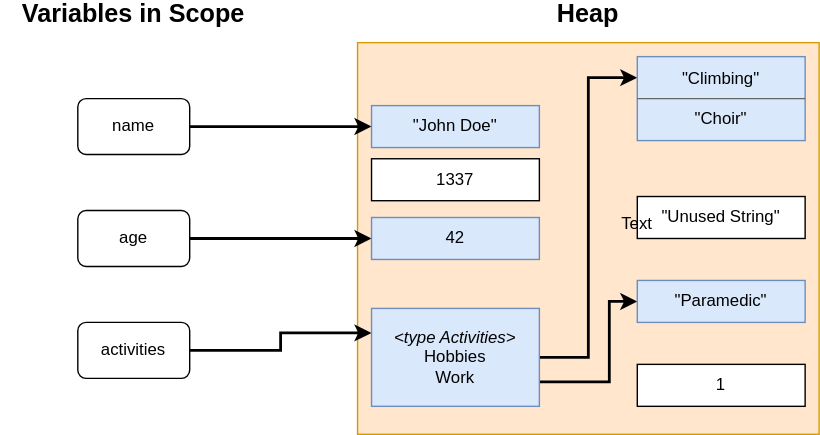
Earlier version of the draw.io export code/writings/assets/gc.svg (jlauinger/master-of-science). Source tidied: cells renumbered, new cells last; positions are measured from the earlier drawing's top-left corner, leaving out a move shared by most shapes.
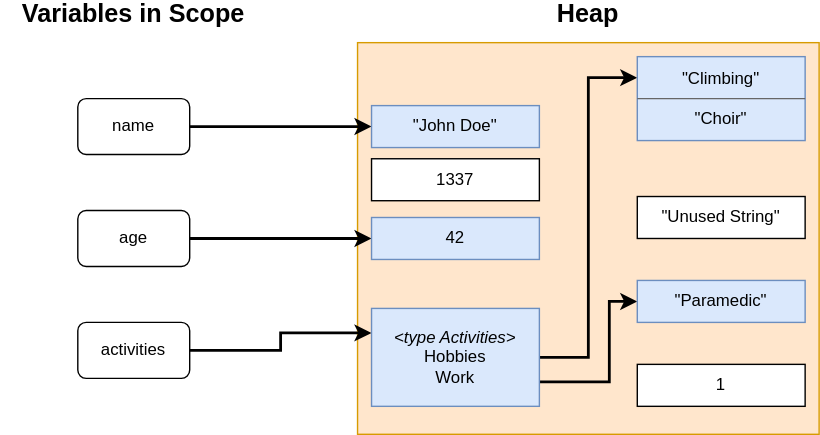
Above is the later version.

Diff of the diagram source:
```diff
@@ -61,9 +61,6 @@
     <mxCell id="19" value="1" style="rounded=0;whiteSpace=wrap;html=1;" parent="1" vertex="1">
       <mxGeometry x="455" y="260" width="120" height="30" as="geometry" />
     </mxCell>
-    <mxCell id="20" value="Text" style="text;html=1;strokeColor=none;fillColor=none;align=center;verticalAlign=middle;whiteSpace=wrap;rounded=0;" parent="1" vertex="1">
-      <mxGeometry x="435" y="150" width="40" height="20" as="geometry" />
-    </mxCell>
     <mxCell id="21" value="&lt;b&gt;&lt;font style=&quot;font-size: 18px&quot;&gt;Heap&lt;/font&gt;&lt;/b&gt;" style="text;html=1;strokeColor=none;fillColor=none;align=center;verticalAlign=middle;whiteSpace=wrap;rounded=0;" parent="1" vertex="1">
       <mxGeometry x="400" width="40" height="20" as="geometry" />
     </mxCell>
```
